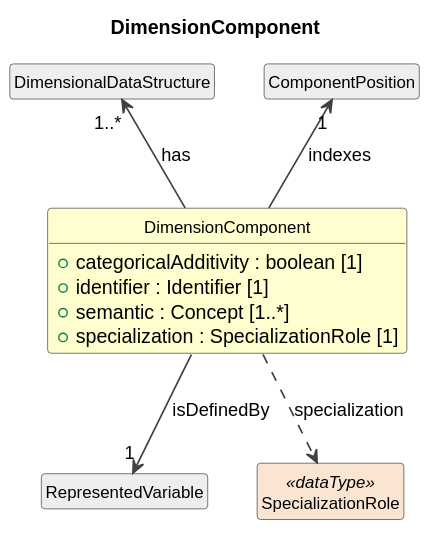
The PlantUML diagram build/plantuml/cdifDataStructure/Classes/DimensionComponent.svg in Cross-Domain-Interoperability-Framework/metadataBuildingBlocks, before a commit.
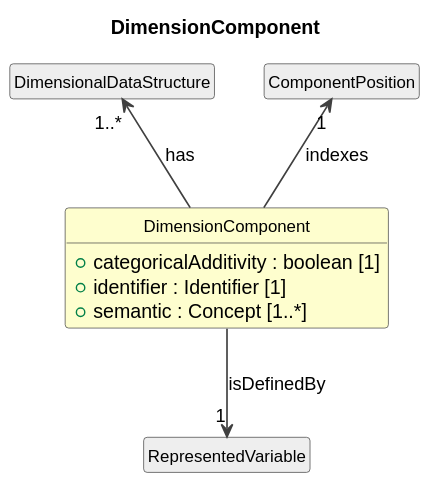
Later version of the same file.

Diff of the diagram source:
```diff
@@ -14,7 +14,6 @@
   +categoricalAdditivity : boolean [1]
   +identifier : Identifier [1]
   +semantic : Concept [1..*]
-  +specialization : SpecializationRole [1]
 }
 class "DimensionalDataStructure" as DimensionalDataStructure #EEEEEE
 DimensionalDataStructure "1..*" <-- DimensionComponent : has
@@ -22,6 +21,4 @@
 DimensionComponent --> "1" RepresentedVariable : isDefinedBy
 class "ComponentPosition" as ComponentPosition #EEEEEE
 ComponentPosition "1" <-- DimensionComponent : indexes
-class "SpecializationRole" as SpecializationRole <<dataType>> #FAE5D3
-DimensionComponent ..> SpecializationRole : specialization
 @enduml
```
